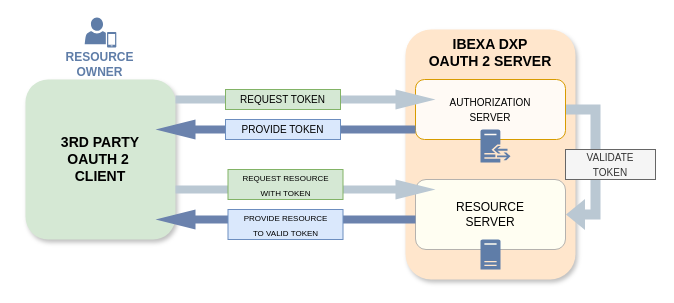
This is docs/users/diagram_source/oauth2-server.drawio from ibexa/documentation-developer, a draw.io file, before an edit. Source tidied: cells renumbered, new cells numbered last; positions are measured from the earlier drawing's top-left corner, leaving out a move shared by most shapes. Both pictures are drawn from the tidied source at 100%, with x=0, y=0 at pixel (16, 17).
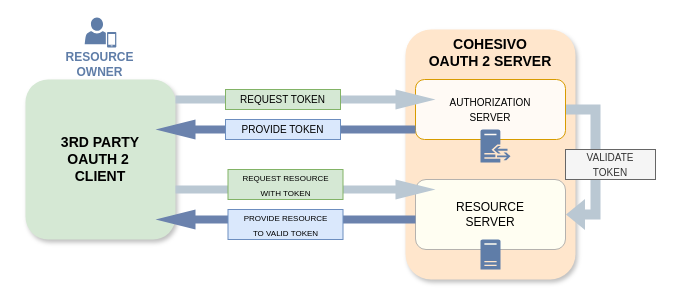
After the change.

Commit message (it also covers changes not shown here):
Update diagrams with Cohesivo

Diff of the diagram source:
```diff
@@
-    <mxCell id="4" value="IBEXA DXP&lt;br style=&quot;border-color: var(--border-color);&quot;&gt;OAUTH 2 SERVER" style="rounded=1;whiteSpace=wrap;html=1;fontStyle=1;fontSize=14;fillColor=#ffe6cc;strokeColor=none;shadow=1;glass=0;verticalAlign=top;" parent="1" vertex="1">
+    <mxCell id="4" value="COHESIVO&lt;br style=&quot;border-color: var(--border-color);&quot;&gt;OAUTH 2 SERVER" style="rounded=1;whiteSpace=wrap;html=1;fontStyle=1;fontSize=14;fillColor=#ffe6cc;strokeColor=none;shadow=1;glass=0;verticalAlign=top;" parent="1" vertex="1">
       <mxGeometry x="389" y="12" width="170" height="250" as="geometry" />
     </mxCell>
```
